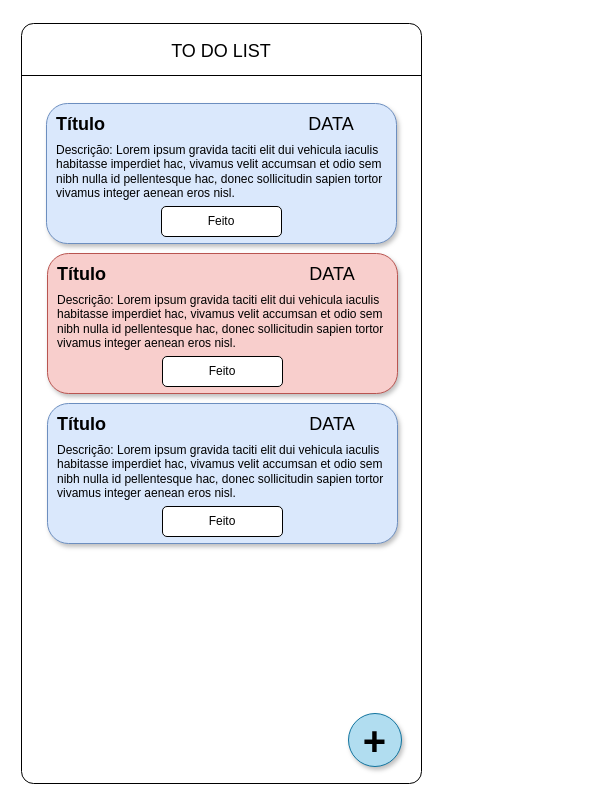
NativiXK/ToDoList keeps this draw.io diagram as page "LAYOUT" (1 of 2) of To do list layout.drawio. Above is the earlier version. Source tidied: cells renumbered, new cells numbered last; positions are measured from the earlier drawing's top-left corner, leaving out a move shared by most shapes. Both pictures are drawn from the tidied source at 100%, with x=0, y=0 at pixel (21, 23).
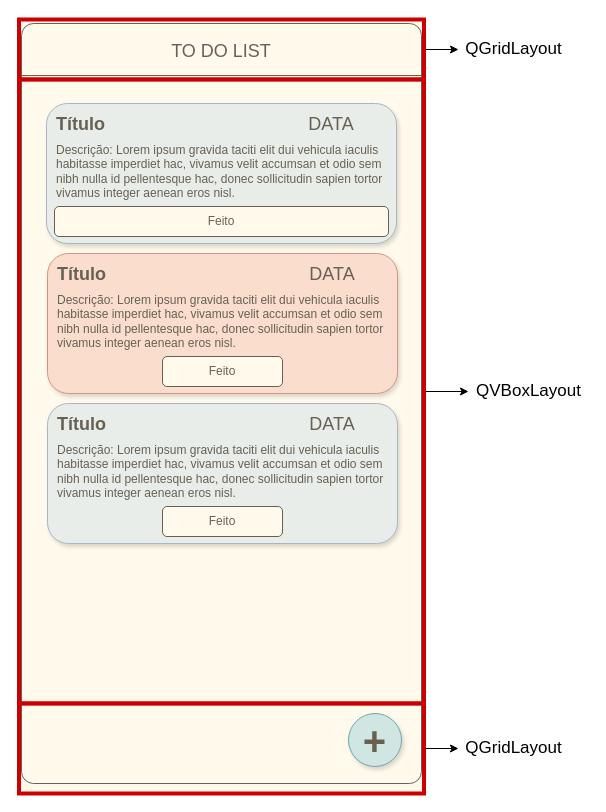
After the change.

Change to the diagram source:
```diff
@@
-    <mxCell id="9" value="Feito" style="rounded=1;whiteSpace=wrap;html=1;fontSize=12;" parent="1" vertex="1">
-      <mxGeometry x="140" y="183" width="120" height="30" as="geometry" />
+    <mxCell id="9" value="Feito" style="rounded=1;whiteSpace=wrap;html=1;fontSize=12;arcSize=15;" parent="1" vertex="1">
+      <mxGeometry x="33" y="183" width="334" height="30" as="geometry" />
     </mxCell>
@@
+    <mxCell id="21" style="edgeStyle=orthogonalEdgeStyle;rounded=0;jettySize=auto;html=1;exitX=1;exitY=0.5;exitDx=0;exitDy=0;" parent="1" edge="1" source="22" target="23">
+      <mxGeometry relative="1" as="geometry" />
+    </mxCell>
+    <mxCell id="22" style="rounded=0;whiteSpace=wrap;html=1;fillColor=#fff2cc;strokeColor=#CC0000;fillOpacity=40;strokeWidth=4;" parent="1" vertex="1">
+      <mxGeometry x="-2.5" y="-4" width="405" height="60" as="geometry" />
+    </mxCell>
+    <mxCell id="23" value="QGridLayout" style="text;html=1;align=center;verticalAlign=middle;points=[];strokeColor=none;fillColor=none;fontSize=17;" parent="1" vertex="1">
+      <mxGeometry x="437" y="11" width="110" height="30" as="geometry" />
+    </mxCell>
+    <mxCell id="24" style="edgeStyle=orthogonalEdgeStyle;rounded=0;jettySize=auto;html=1;exitX=1;exitY=0.5;exitDx=0;exitDy=0;fontSize=17;" parent="1" edge="1" source="25" target="26">
+      <mxGeometry relative="1" as="geometry" />
+    </mxCell>
+    <mxCell id="25" style="rounded=0;whiteSpace=wrap;html=1;fillColor=#fff2cc;strokeColor=#CC0000;fillOpacity=40;strokeWidth=4;" parent="1" vertex="1">
+      <mxGeometry x="-2.5" y="56" width="405" height="624" as="geometry" />
+    </mxCell>
+    <mxCell id="26" value="QVBoxLayout" style="text;html=1;align=center;verticalAlign=middle;points=[];strokeColor=none;fillColor=none;fontSize=17;" parent="1" vertex="1">
+      <mxGeometry x="447" y="353" width="120" height="30" as="geometry" />
+    </mxCell>
+    <mxCell id="27" style="edgeStyle=orthogonalEdgeStyle;rounded=0;jettySize=auto;html=1;exitX=1;exitY=0.5;exitDx=0;exitDy=0;fontSize=17;" parent="1" edge="1" source="28" target="29">
+      <mxGeometry relative="1" as="geometry" />
+    </mxCell>
+    <mxCell id="28" style="rounded=0;whiteSpace=wrap;html=1;fillColor=#fff2cc;strokeColor=#CC0000;fillOpacity=40;strokeWidth=4;" parent="1" vertex="1">
+      <mxGeometry x="-2.5" y="680" width="405" height="90" as="geometry" />
+    </mxCell>
+    <mxCell id="29" value="QGridLayout" style="text;html=1;align=center;verticalAlign=middle;points=[];strokeColor=none;fillColor=none;fontSize=17;" parent="1" vertex="1">
+      <mxGeometry x="437" y="710" width="110" height="30" as="geometry" />
+    </mxCell>
```
